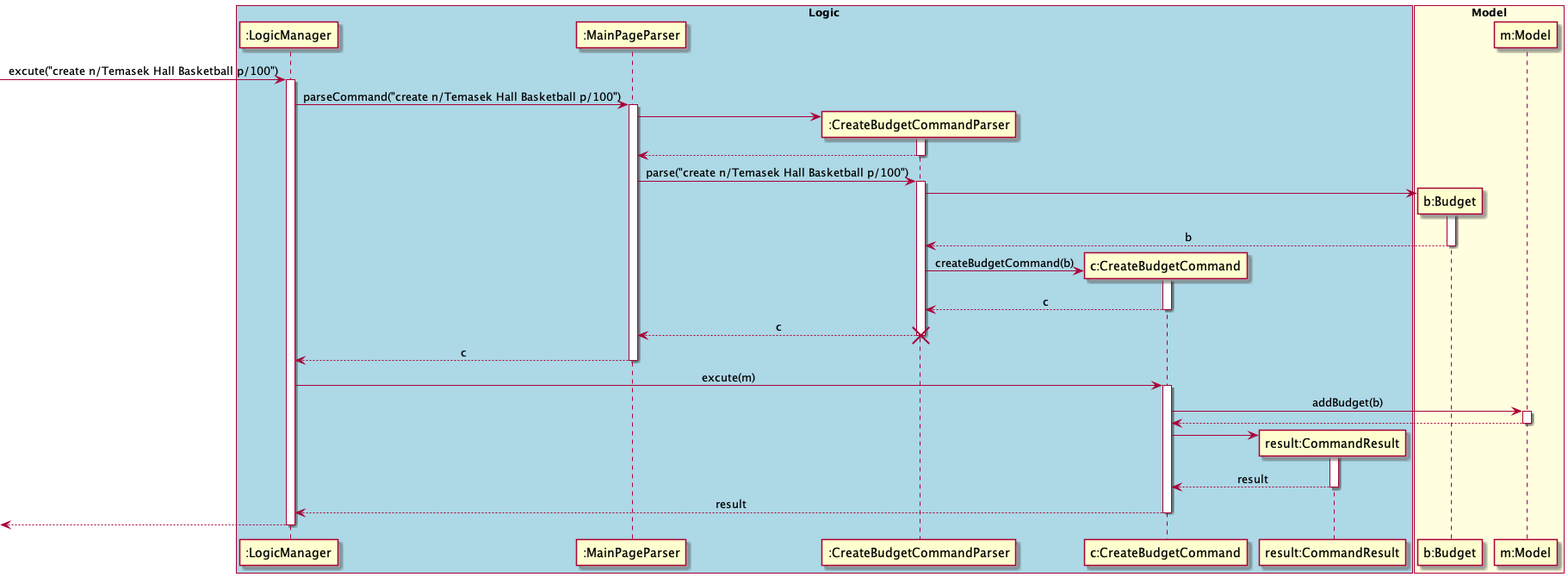
Before: docs/diagrams/commandsPlantUML/diagram/CreateBudgetCommand.png, a diagram exported from PlantUML (yu-ming-chen/tp).
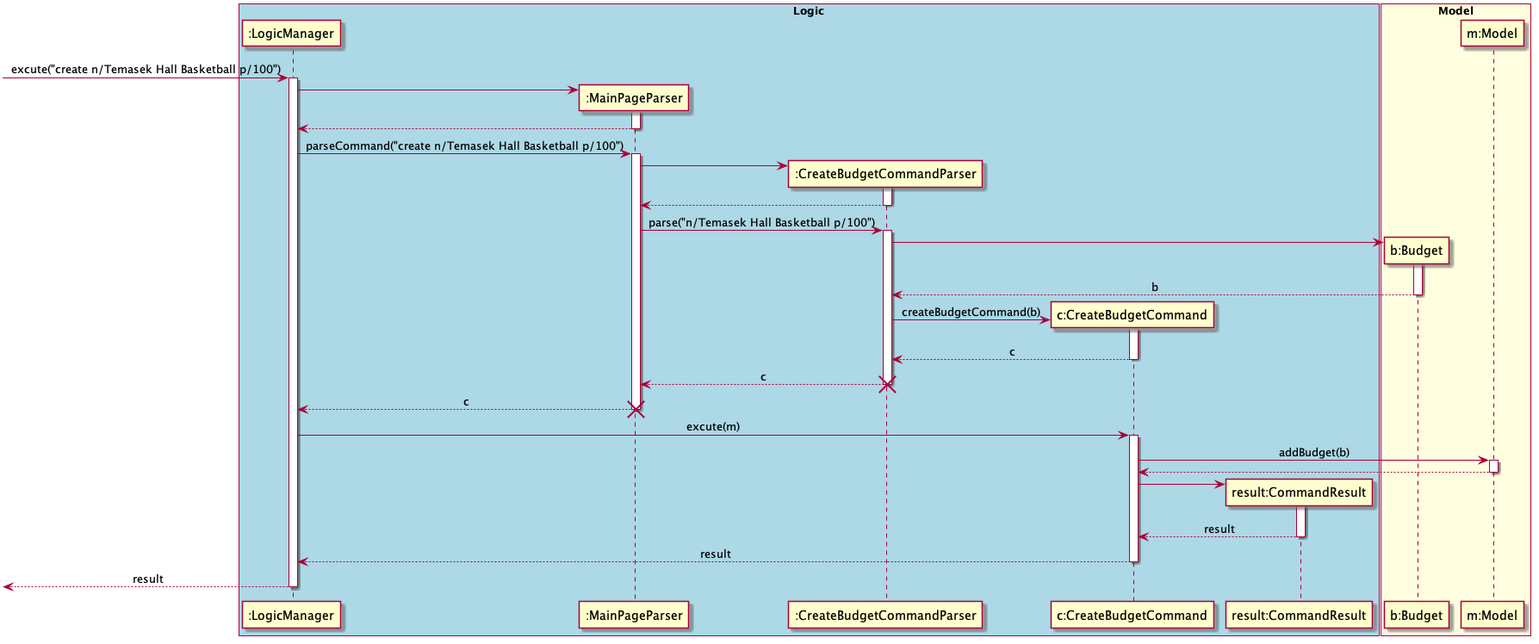
After the commit.

The edit, as a diff of the source:
```diff
@@ -17,6 +17,11 @@
 
 [-> LM : excute("create n/Temasek Hall Basketball p/100")
 activate LM
+create MPP
+LM -> MPP
+activate MPP
+LM <-- MPP
+deactivate MPP
 LM -> MPP : parseCommand("create n/Temasek Hall Basketball p/100")
 activate MPP
 
@@ -25,7 +30,7 @@
 activate CBCP
 MPP <-- CBCP
 deactivate CBCP
-MPP -> CBCP : parse("create n/Temasek Hall Basketball p/100")
+MPP -> CBCP : parse("n/Temasek Hall Basketball p/100")
 activate CBCP
 
 create Budget
@@ -46,6 +51,7 @@
 deactivate CBCP
 LM <-- MPP : c
 deactivate MPP
+destroy MPP
 
 LM -> CBC: excute(m)
 
@@ -63,8 +69,7 @@
 
 LM <-- CBC: result
 deactivate CBC
-[<-- LM
+[<-- LM: result
 deactivate LM
 
-
 @enduml
```
